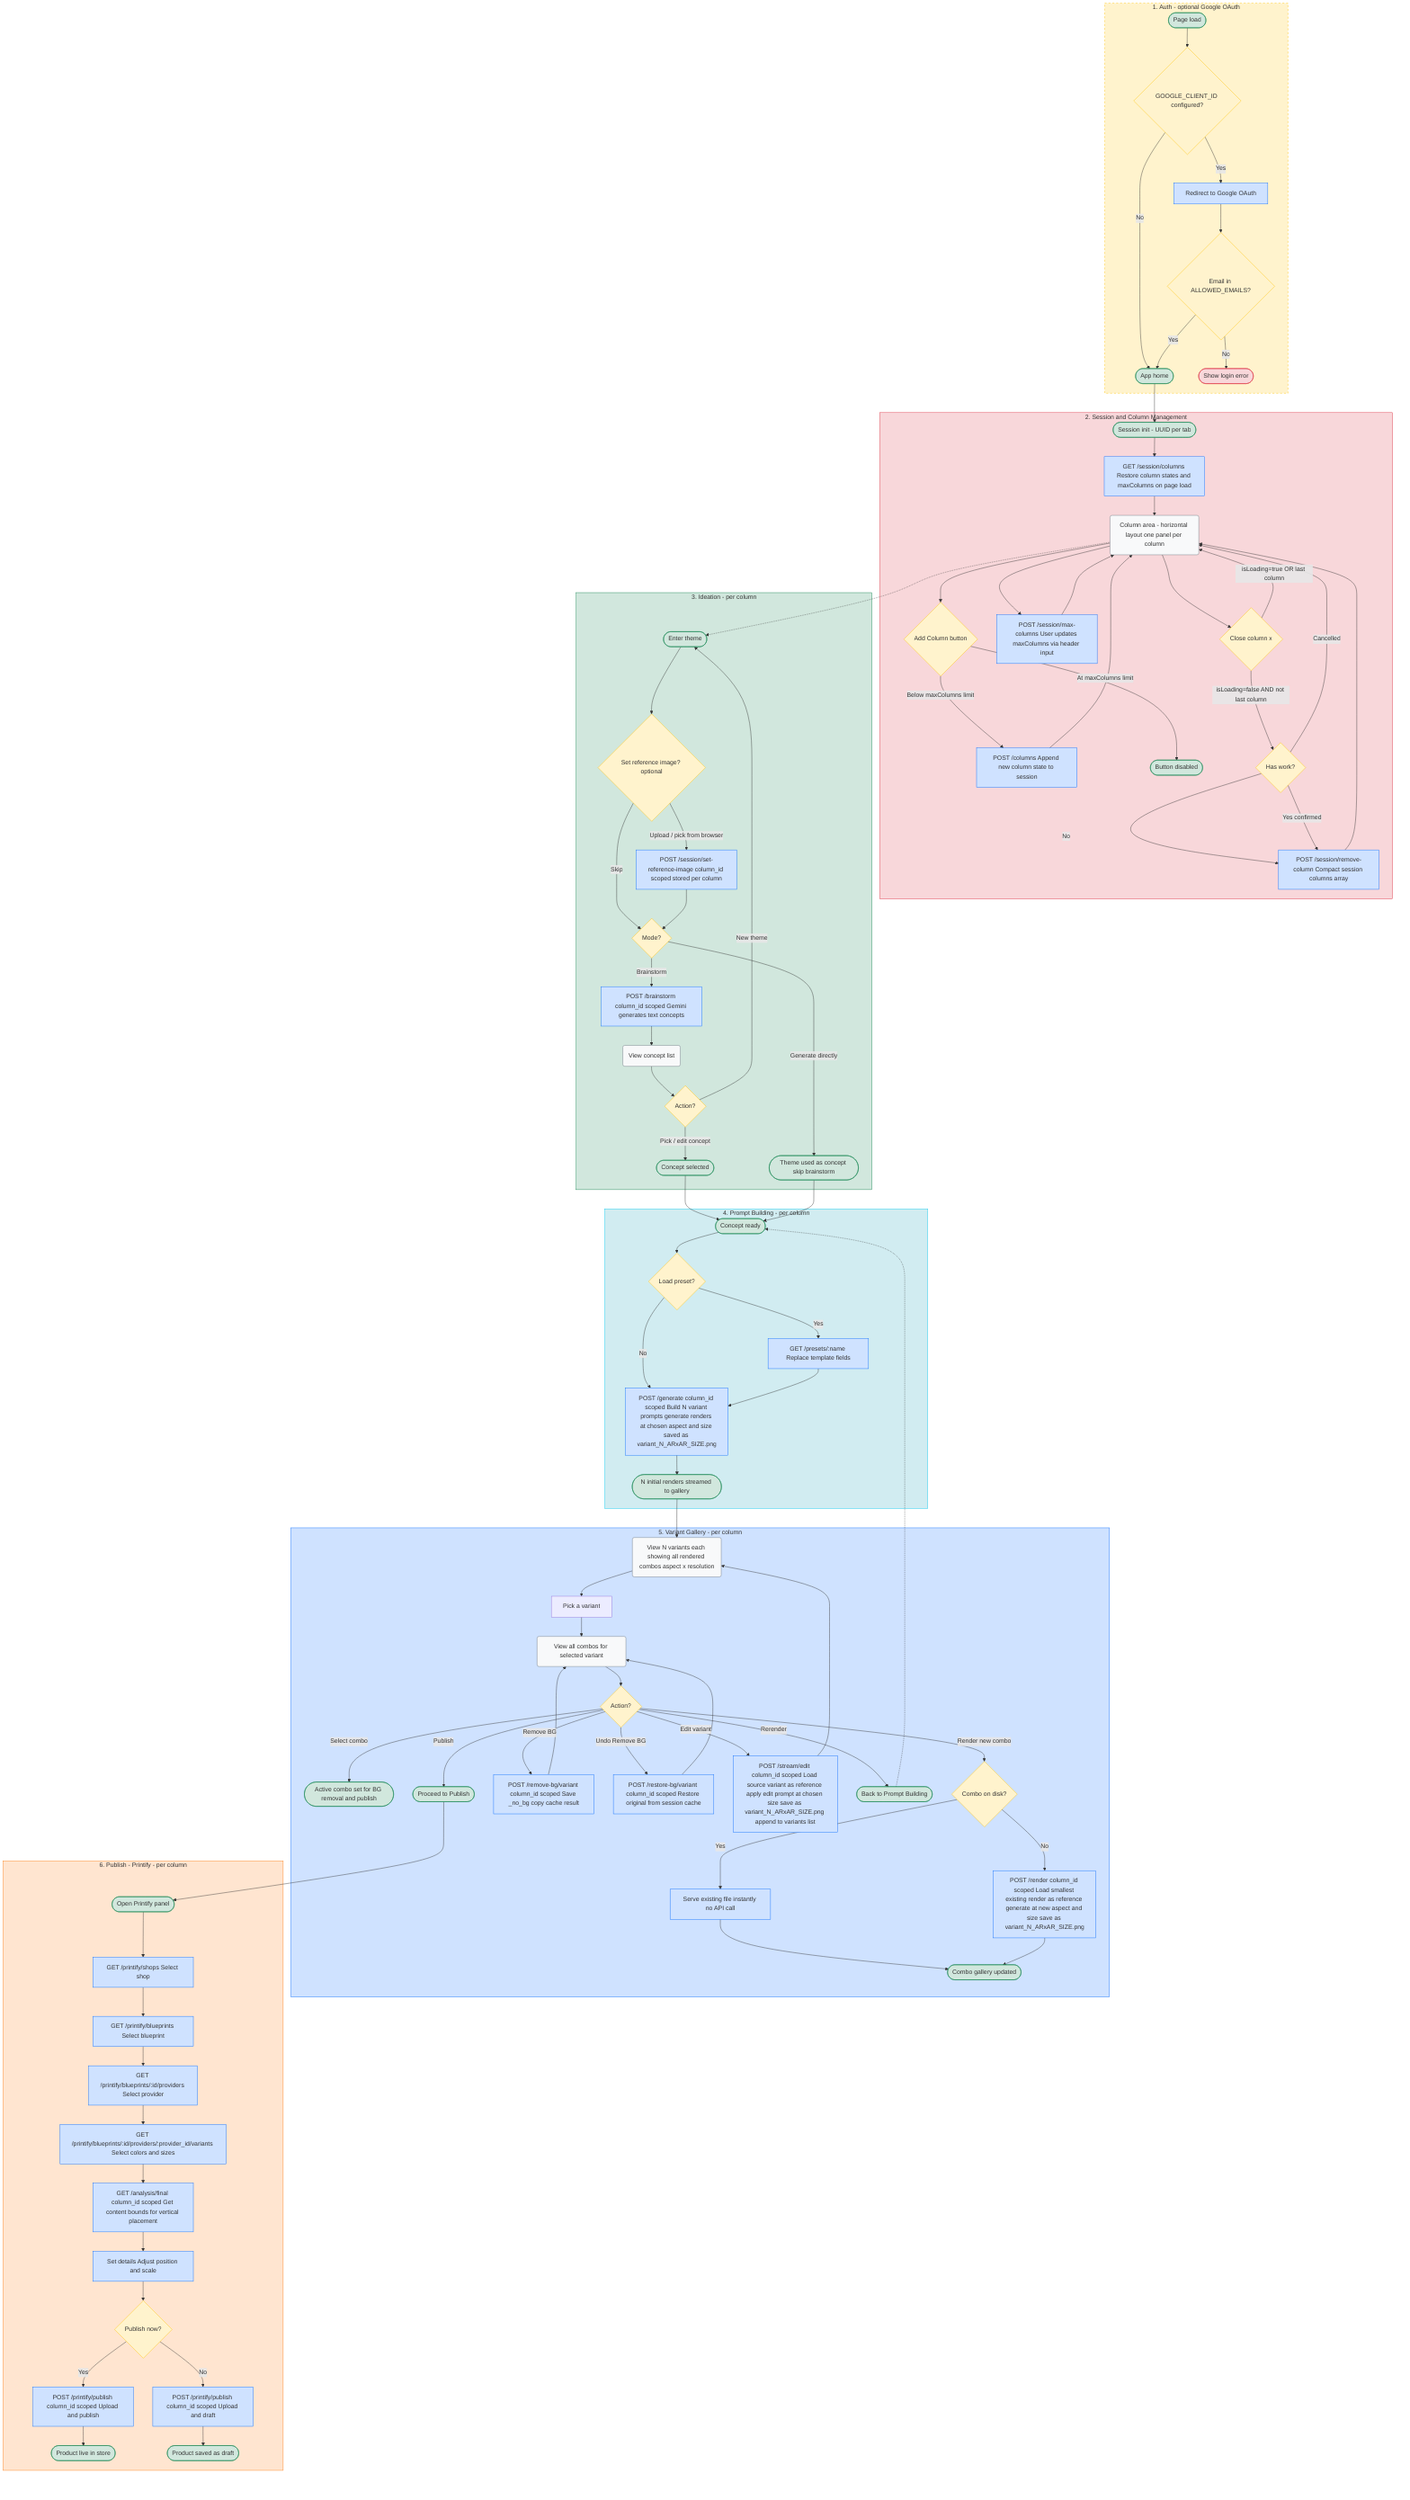
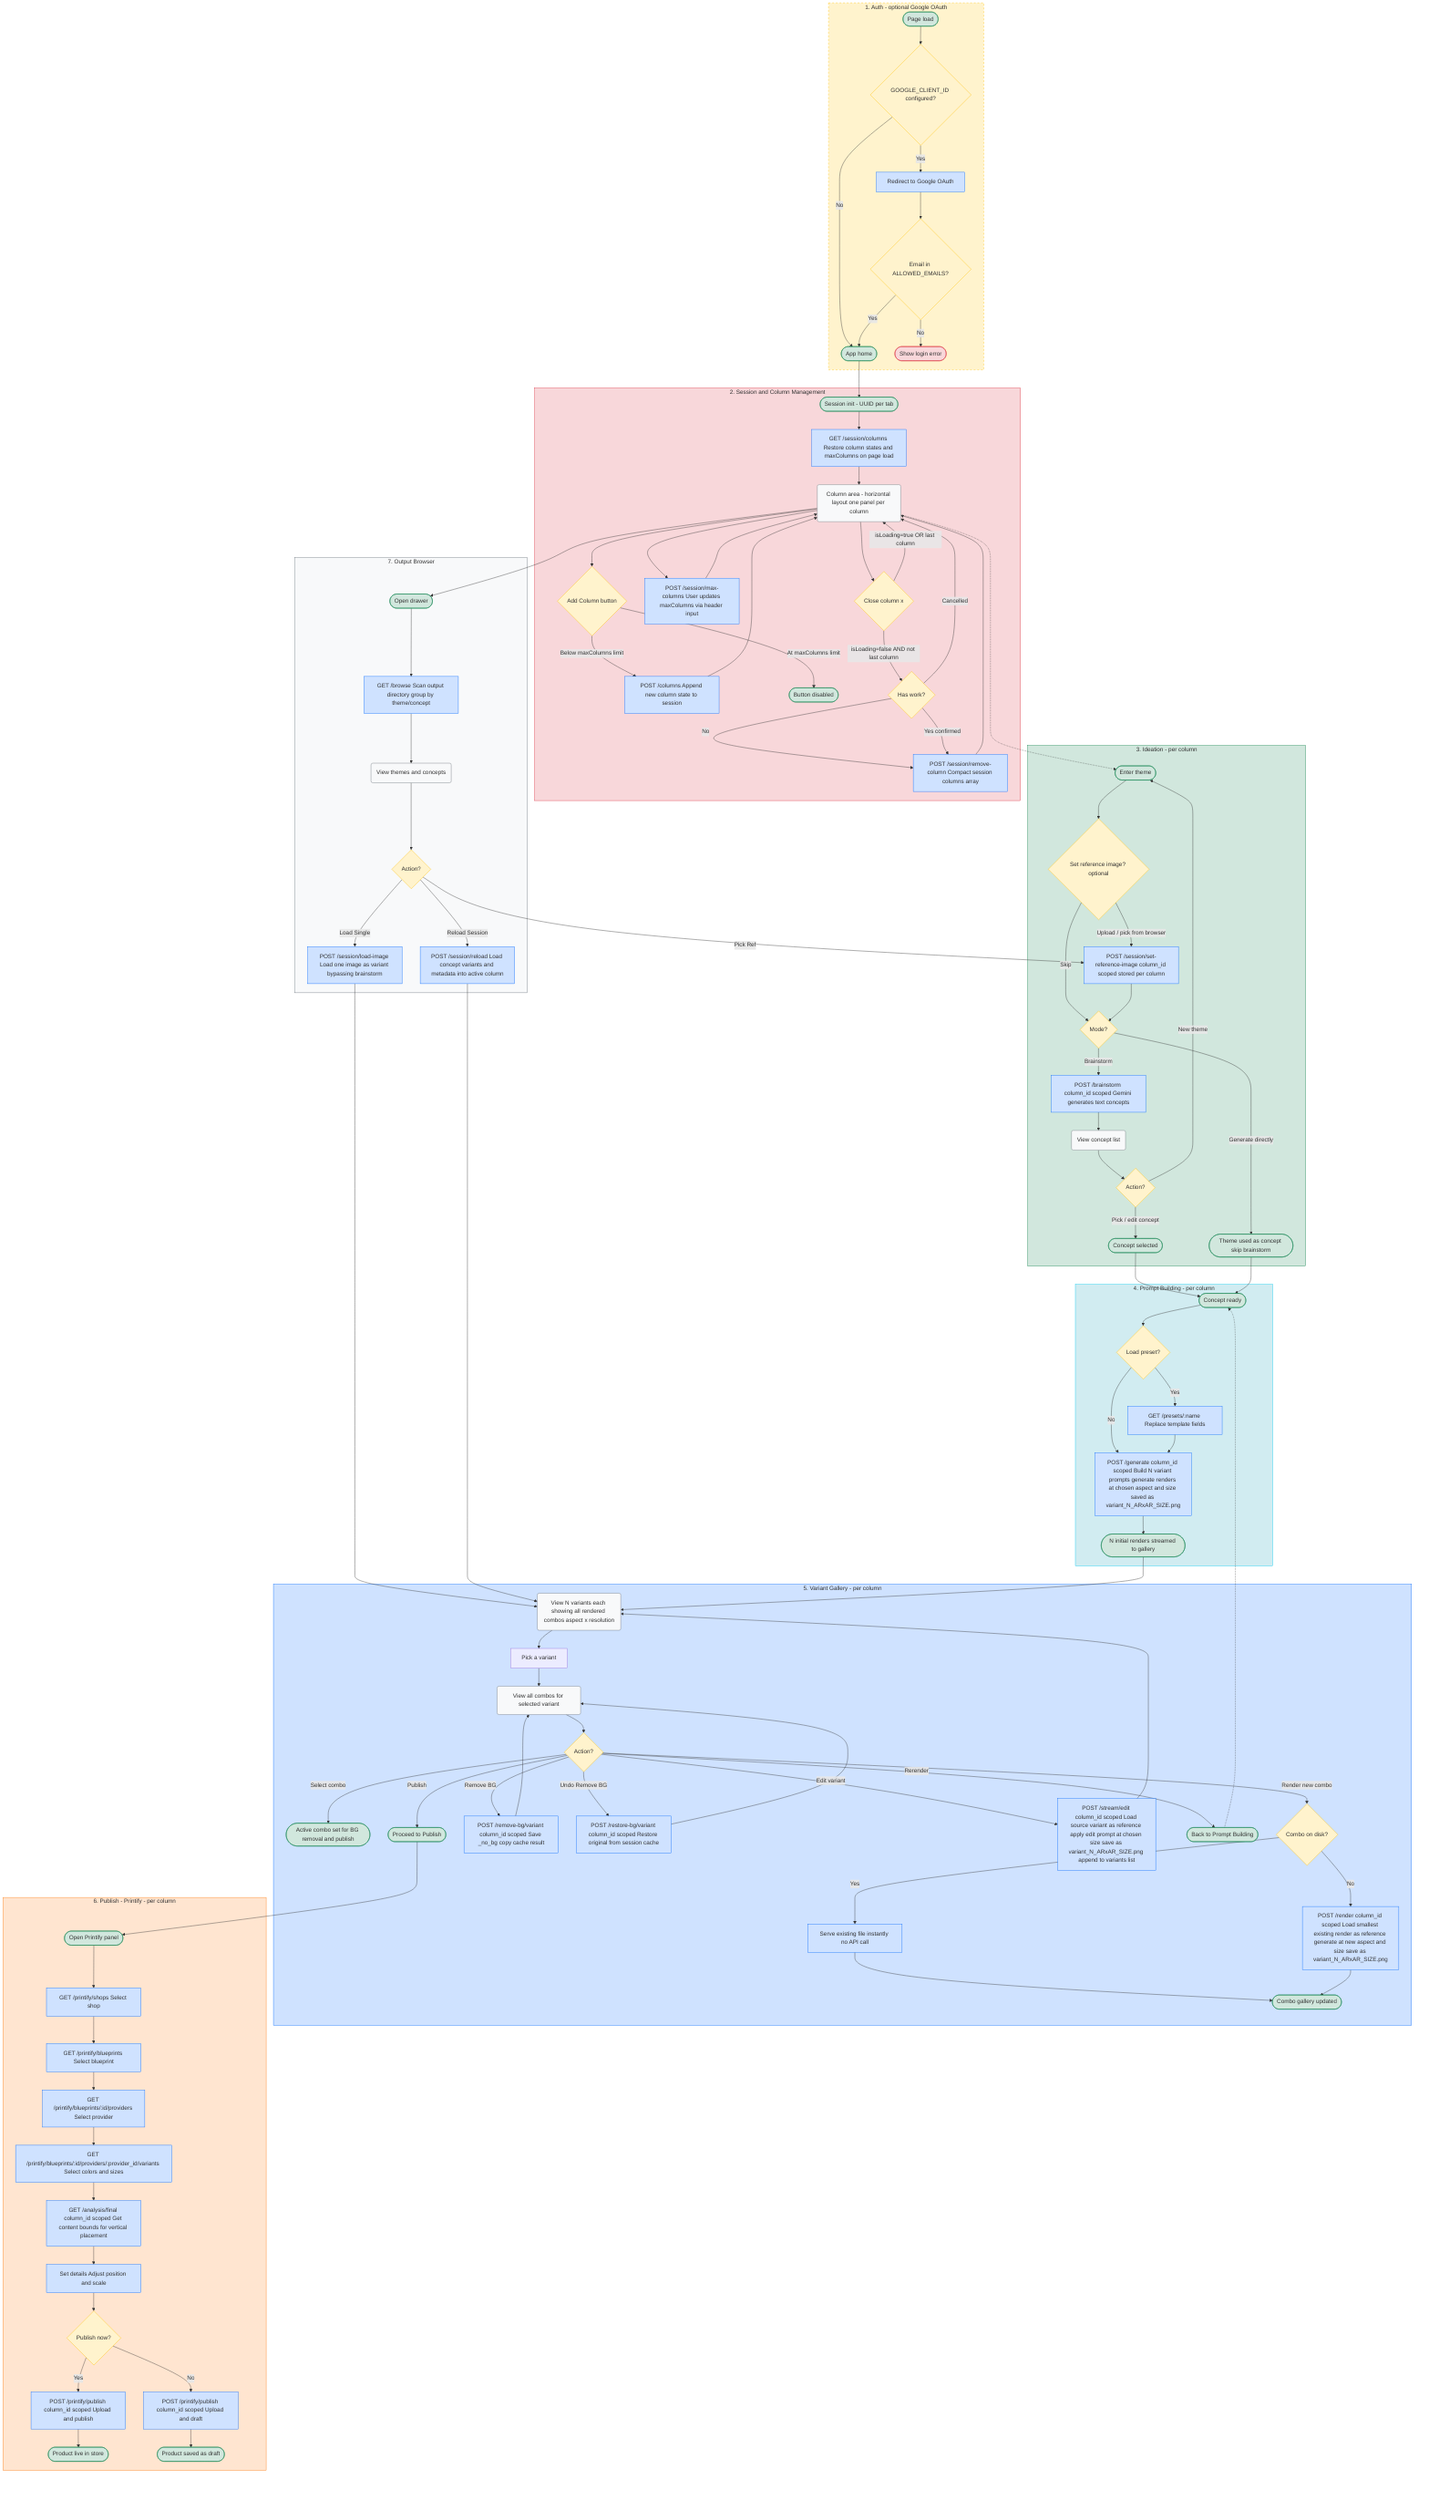
graph TD
    %% 1. Auth
    subgraph Auth [1. Auth - optional Google OAuth]
        PageLoad([Page load]) --> AuthEnabled{GOOGLE_CLIENT_ID configured?}
        AuthEnabled -- No --> AppHome([App home])
        AuthEnabled -- Yes --> OAuthRedirect[Redirect to Google OAuth]
        OAuthRedirect --> AllowlistCheck{Email in ALLOWED_EMAILS?}
        AllowlistCheck -- No --> LoginError([Show login error])
        AllowlistCheck -- Yes --> AppHome
    end

    %% 2. Session and Column Management
    subgraph ColMgmt [2. Session and Column Management]
        SessionInit([Session init - UUID per tab]) --> RestoreState[GET /session/columns Restore column states and maxColumns on page load]
        RestoreState --> ColView(Column area - horizontal layout one panel per column)
        ColView --> AddColBtn{Add Column button}
        AddColBtn -- "Below maxColumns limit" --> AddCol[POST /columns Append new column state to session]
        AddColBtn -- "At maxColumns limit" --> ColLimitMsg([Button disabled])
        AddCol --> ColView
        ColView --> SetMaxCols[POST /session/max-columns User updates maxColumns via header input]
        SetMaxCols --> ColView
        ColView --> CloseColBtn{Close column x}
        CloseColBtn -- "isLoading=true OR last column" --> ColView
        CloseColBtn -- "isLoading=false AND not last column" --> ConfirmClose{Has work?}
        ConfirmClose -- "No" --> RemoveCol[POST /session/remove-column Compact session columns array]
        ConfirmClose -- "Yes confirmed" --> RemoveCol
        ConfirmClose -- "Cancelled" --> ColView
        RemoveCol --> ColView
    end

    %% 3. Ideation - runs independently per column (column_id scopes all calls)
    subgraph Ideation [3. Ideation - per column]
        EnterTheme([Enter theme]) --> OptRefImage{Set reference image? optional}
        OptRefImage -- "Upload / pick from browser" --> SetRefImage[POST /session/set-reference-image column_id scoped stored per column]
        OptRefImage -- "Skip" --> IdeationMode{Mode?}
        SetRefImage --> IdeationMode
        IdeationMode -- "Brainstorm" --> Brainstorm[POST /brainstorm column_id scoped Gemini generates text concepts]
        IdeationMode -- "Generate directly" --> DirectConcept([Theme used as concept skip brainstorm])
        Brainstorm --> ViewConcepts(View concept list)
        ViewConcepts --> IdeationChoice{Action?}
        IdeationChoice -- "Pick / edit concept" --> ConceptSelected([Concept selected])
        IdeationChoice -- "New theme" --> EnterTheme
    end

    %% 4. Prompt Building - per column
    subgraph PromptBuild [4. Prompt Building - per column]
        ConceptIn([Concept ready]) --> LoadPreset{Load preset?}
        LoadPreset -- Yes --> ApplyPreset[GET /presets/:name Replace template fields]
        LoadPreset -- No --> BuildPrompts
        ApplyPreset --> BuildPrompts[POST /generate column_id scoped Build N variant prompts generate renders at chosen aspect and size saved as variant_N_ARxAR_SIZE.png]
        BuildPrompts --> GenImages([N initial renders streamed to gallery])
    end

    %% 5. Variant Gallery - per column
    subgraph VariantGen [5. Variant Gallery - per column]
        ViewVariants(View N variants each showing all rendered combos aspect x resolution) --> PickVariant[Pick a variant]
        PickVariant --> ComboGallery(View all combos for selected variant)
        ComboGallery --> VariantChoice{Action?}

        VariantChoice -- "Select combo" --> SelectCombo([Active combo set for BG removal and publish])

        VariantChoice -- "Render new combo" --> RenderCheck{Combo on disk?}
        RenderCheck -- "Yes" --> ServeExisting[Serve existing file instantly no API call]
        RenderCheck -- "No" --> RenderNew[POST /render column_id scoped Load smallest existing render as reference generate at new aspect and size save as variant_N_ARxAR_SIZE.png]
        ServeExisting --> UpdateCombos([Combo gallery updated])
        RenderNew --> UpdateCombos

        VariantChoice -- "Remove BG" --> RemoveBGVariant[POST /remove-bg/variant column_id scoped Save _no_bg copy cache result]
        RemoveBGVariant --> ComboGallery
        VariantChoice -- "Undo Remove BG" --> RestoreBGVariant[POST /restore-bg/variant column_id scoped Restore original from session cache]
        RestoreBGVariant --> ComboGallery

        VariantChoice -- "Edit variant" --> EditVariant[POST /stream/edit column_id scoped Load source variant as reference apply edit prompt at chosen size save as variant_N_ARxAR_SIZE.png append to variants list]
        EditVariant --> ViewVariants

        VariantChoice -- "Rerender" --> RerenderVariants([Back to Prompt Building])
        VariantChoice -- "Publish" --> ReadyToPublish([Proceed to Publish])
    end

    %% 6. Publish - per column
    subgraph Publish [6. Publish - Printify - per column]
        OpenPrintify([Open Printify panel]) --> SelectShop[GET /printify/shops Select shop]
        SelectShop --> SelectBlueprint[GET /printify/blueprints Select blueprint]
        SelectBlueprint --> SelectProvider[GET /printify/blueprints/:id/providers Select provider]
        SelectProvider --> SelectVariants[GET /printify/blueprints/:id/providers/:provider_id/variants Select colors and sizes]
        SelectVariants --> AnalyzeFinal[GET /analysis/final column_id scoped Get content bounds for vertical placement]
        AnalyzeFinal --> SetDetails[Set details Adjust position and scale]
        SetDetails --> PublishChoice{Publish now?}
        PublishChoice -- Yes --> PublishNow[POST /printify/publish column_id scoped Upload and publish]
        PublishChoice -- No --> SaveDraft[POST /printify/publish column_id scoped Upload and draft]
        PublishNow --> Done([Product live in store])
        SaveDraft --> Done2([Product saved as draft])
    end

+     %% 7. Output Browser
+     subgraph OutputBrowser [7. Output Browser]
+         OpenBrowser([Open drawer]) --> ScanOutput[GET /browse Scan output directory group by theme/concept]
+         ScanOutput --> ViewBrowser(View themes and concepts)
+         ViewBrowser --> BrowserAction{Action?}
+         BrowserAction -- "Reload Session" --> ReloadSession[POST /session/reload Load concept variants and metadata into active column]
+         BrowserAction -- "Pick Ref" --> SetRefImage
+         BrowserAction -- "Load Single" --> LoadSingle[POST /session/load-image Load one image as variant bypassing brainstorm]
+         LoadSingle --> ViewVariants
+         ReloadSession --> ViewVariants
+     end
+ 
    %% Phase transitions
    AppHome --> SessionInit
    ConceptSelected --> ConceptIn
    DirectConcept --> ConceptIn
    GenImages --> ViewVariants
    RerenderVariants -.-> ConceptIn
    ReadyToPublish --> OpenPrintify
    ColView -.-> EnterTheme
+     ColView --> OpenBrowser

    %% Subgraph styling
    style Auth fill:#fff3cd,stroke:#ffc107,stroke-dasharray: 5 5
    style ColMgmt fill:#f8d7da,stroke:#dc3545
    style Ideation fill:#d1e7dd,stroke:#198754
    style PromptBuild fill:#d1ecf1,stroke:#0dcaf0
    style VariantGen fill:#cfe2ff,stroke:#0d6efd
    style Publish fill:#ffe5d0,stroke:#fd7e14
+     style OutputBrowser fill:#f8f9fa,stroke:#6c757d

    %% Decision nodes - amber
    style AuthEnabled fill:#fff3cd,stroke:#ffc107
    style AllowlistCheck fill:#fff3cd,stroke:#ffc107
    style AddColBtn fill:#fff3cd,stroke:#ffc107
    style CloseColBtn fill:#fff3cd,stroke:#ffc107
    style ConfirmClose fill:#fff3cd,stroke:#ffc107
    style OptRefImage fill:#fff3cd,stroke:#ffc107
    style IdeationMode fill:#fff3cd,stroke:#ffc107
    style IdeationChoice fill:#fff3cd,stroke:#ffc107
    style LoadPreset fill:#fff3cd,stroke:#ffc107
    style VariantChoice fill:#fff3cd,stroke:#ffc107
    style RenderCheck fill:#fff3cd,stroke:#ffc107
    style PublishChoice fill:#fff3cd,stroke:#ffc107
+     style BrowserAction fill:#fff3cd,stroke:#ffc107

    %% API call nodes - blue
    style OAuthRedirect fill:#cfe2ff,stroke:#0d6efd
    style RestoreState fill:#cfe2ff,stroke:#0d6efd
    style AddCol fill:#cfe2ff,stroke:#0d6efd
    style SetMaxCols fill:#cfe2ff,stroke:#0d6efd
    style RemoveCol fill:#cfe2ff,stroke:#0d6efd
    style Brainstorm fill:#cfe2ff,stroke:#0d6efd
    style ApplyPreset fill:#cfe2ff,stroke:#0d6efd
    style BuildPrompts fill:#cfe2ff,stroke:#0d6efd
    style RenderNew fill:#cfe2ff,stroke:#0d6efd
    style ServeExisting fill:#cfe2ff,stroke:#0d6efd
    style RemoveBGVariant fill:#cfe2ff,stroke:#0d6efd
    style RestoreBGVariant fill:#cfe2ff,stroke:#0d6efd
    style EditVariant fill:#cfe2ff,stroke:#0d6efd
    style SelectShop fill:#cfe2ff,stroke:#0d6efd
    style SelectBlueprint fill:#cfe2ff,stroke:#0d6efd
    style SelectProvider fill:#cfe2ff,stroke:#0d6efd
    style SelectVariants fill:#cfe2ff,stroke:#0d6efd
    style AnalyzeFinal fill:#cfe2ff,stroke:#0d6efd
    style SetRefImage fill:#cfe2ff,stroke:#0d6efd
    style SetDetails fill:#cfe2ff,stroke:#0d6efd
    style PublishNow fill:#cfe2ff,stroke:#0d6efd
    style SaveDraft fill:#cfe2ff,stroke:#0d6efd
+     style ScanOutput fill:#cfe2ff,stroke:#0d6efd
+     style ReloadSession fill:#cfe2ff,stroke:#0d6efd
+     style LoadSingle fill:#cfe2ff,stroke:#0d6efd

    %% View/state nodes - gray
    style ColView fill:#f8f9fa,stroke:#6c757d
    style ViewConcepts fill:#f8f9fa,stroke:#6c757d
    style ViewVariants fill:#f8f9fa,stroke:#6c757d
    style ComboGallery fill:#f8f9fa,stroke:#6c757d
+     style ViewBrowser fill:#f8f9fa,stroke:#6c757d

    %% Terminal nodes - green
    style PageLoad fill:#d1e7dd,stroke:#198754
    style AppHome fill:#d1e7dd,stroke:#198754
    style SessionInit fill:#d1e7dd,stroke:#198754
    style EnterTheme fill:#d1e7dd,stroke:#198754
    style DirectConcept fill:#d1e7dd,stroke:#198754
    style ConceptSelected fill:#d1e7dd,stroke:#198754
    style ConceptIn fill:#d1e7dd,stroke:#198754
    style GenImages fill:#d1e7dd,stroke:#198754
    style SelectCombo fill:#d1e7dd,stroke:#198754
    style UpdateCombos fill:#d1e7dd,stroke:#198754
    style RerenderVariants fill:#d1e7dd,stroke:#198754
    style ReadyToPublish fill:#d1e7dd,stroke:#198754
    style OpenPrintify fill:#d1e7dd,stroke:#198754
    style Done fill:#d1e7dd,stroke:#198754
    style Done2 fill:#d1e7dd,stroke:#198754
    style ColLimitMsg fill:#d1e7dd,stroke:#198754
+     style OpenBrowser fill:#d1e7dd,stroke:#198754

    %% Error nodes - red
    style LoginError fill:#f8d7da,stroke:#dc3545
